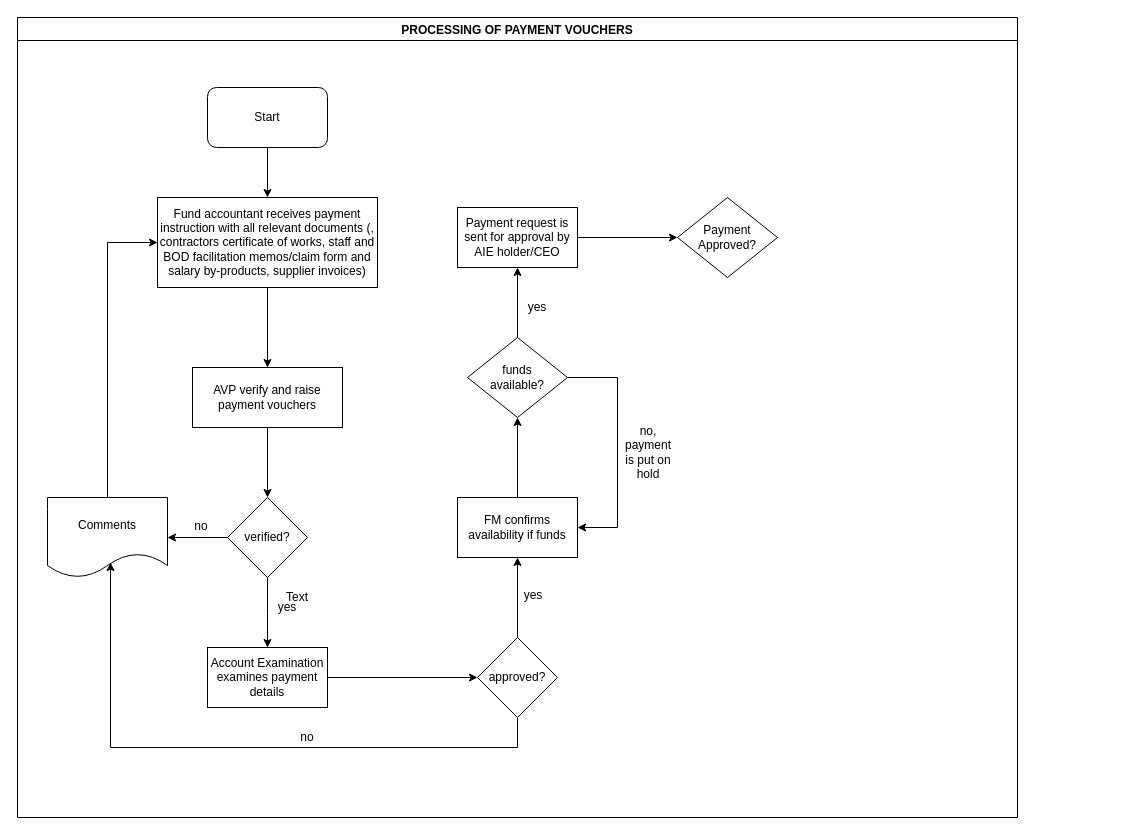
Earlier version of the draw.io diagram TPF - fin - PROCESSING OF PAYMENT VOUCHERS.drawio (kmagua/flowcharts). Source tidied: cells renumbered, new cells numbered last; positions are measured from the earlier drawing's top-left corner, leaving out a move shared by most shapes. Both pictures are drawn from the tidied source at 100%, with x=0, y=0 at pixel (17, 17).
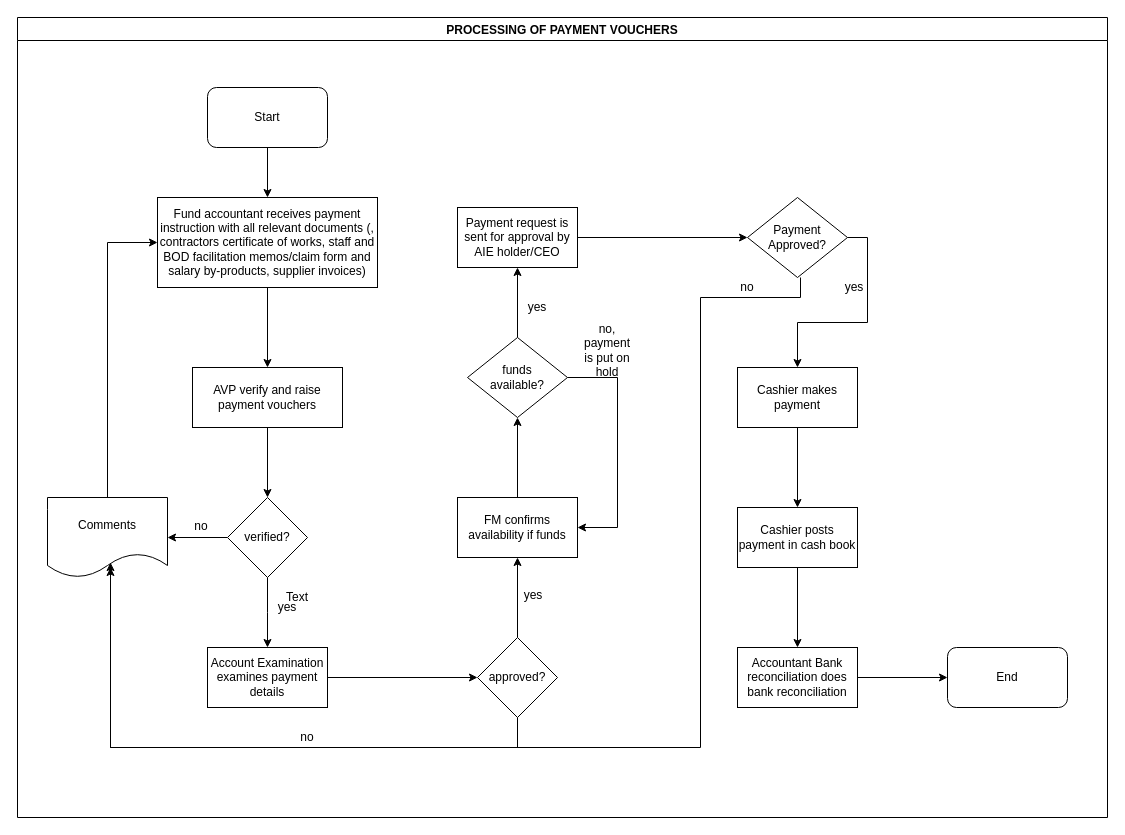
The same page after the edit.

Unchanged cells that the change refers to:
```xml
<mxCell id="16" value="Payment request is sent for approval by AIE holder/CEO" style="whiteSpace=wrap;html=1;rounded=0;" parent="2" vertex="1">
  <mxGeometry x="440" y="190" width="120" height="60" as="geometry" />
</mxCell>
```

Diff of the diagram source:
```diff
@@
     <mxCell id="2" value="PROCESSING OF PAYMENT VOUCHERS" style="swimlane;" parent="1" vertex="1">
-      <mxGeometry width="1000" height="800" as="geometry" />
+      <mxGeometry width="1090" height="800" as="geometry" />
     </mxCell>
@@
     <mxCell id="19" value="no, payment is put on hold" style="text;html=1;strokeColor=none;fillColor=none;align=center;verticalAlign=middle;whiteSpace=wrap;rounded=0;" parent="2" vertex="1">
-      <mxGeometry x="601" y="400" width="60" height="70" as="geometry" />
+      <mxGeometry x="560" y="298" width="60" height="70" as="geometry" />
     </mxCell>
+    <mxCell id="31" value="Payment Approved?" style="rhombus;whiteSpace=wrap;html=1;rounded=0;" parent="2" vertex="1">
+      <mxGeometry x="730" y="180" width="100" height="80" as="geometry" />
+    </mxCell>
+    <mxCell id="32" style="edgeStyle=orthogonalEdgeStyle;rounded=0;jettySize=auto;html=1;" parent="2" edge="1" source="16" target="31">
+      <mxGeometry relative="1" as="geometry" />
+    </mxCell>
+    <mxCell id="34" value="Cashier makes payment" style="rounded=0;whiteSpace=wrap;html=1;" parent="2" vertex="1">
+      <mxGeometry x="720" y="350" width="120" height="60" as="geometry" />
+    </mxCell>
+    <mxCell id="35" style="edgeStyle=orthogonalEdgeStyle;rounded=0;jettySize=auto;html=1;exitX=1;exitY=0.5;exitDx=0;exitDy=0;" parent="2" edge="1" source="31" target="34">
+      <mxGeometry relative="1" as="geometry" />
+    </mxCell>
+    <mxCell id="36" value="End" style="rounded=1;whiteSpace=wrap;html=1;" parent="2" vertex="1">
+      <mxGeometry x="930" y="630" width="120" height="60" as="geometry" />
+    </mxCell>
+    <mxCell id="37" value="yes" style="text;html=1;strokeColor=none;fillColor=none;align=center;verticalAlign=middle;whiteSpace=wrap;rounded=0;" parent="2" vertex="1">
+      <mxGeometry x="817" y="260" width="40" height="20" as="geometry" />
+    </mxCell>
+    <mxCell id="38" value="no" style="text;html=1;strokeColor=none;fillColor=none;align=center;verticalAlign=middle;whiteSpace=wrap;rounded=0;" parent="2" vertex="1">
+      <mxGeometry x="710" y="260" width="40" height="20" as="geometry" />
+    </mxCell>
@@
-    <mxCell id="31" value="Payment Approved?" style="rhombus;whiteSpace=wrap;html=1;rounded=0;" parent="1" vertex="1">
-      <mxGeometry x="660" y="180" width="100" height="80" as="geometry" />
-    </mxCell>
-    <mxCell id="32" style="edgeStyle=orthogonalEdgeStyle;rounded=0;jettySize=auto;html=1;" parent="1" edge="1" source="16" target="31">
-      <mxGeometry relative="1" as="geometry" />
-    </mxCell>
@@
+    <mxCell id="39" style="edgeStyle=orthogonalEdgeStyle;rounded=0;jettySize=auto;html=1;" parent="1" edge="1" source="40" target="43">
+      <mxGeometry relative="1" as="geometry" />
+    </mxCell>
+    <mxCell id="40" value="Cashier posts payment in cash book" style="whiteSpace=wrap;html=1;rounded=0;" parent="1" vertex="1">
+      <mxGeometry x="720" y="490" width="120" height="60" as="geometry" />
+    </mxCell>
+    <mxCell id="41" style="edgeStyle=orthogonalEdgeStyle;rounded=0;jettySize=auto;html=1;" parent="1" edge="1" source="34" target="40">
+      <mxGeometry relative="1" as="geometry" />
+    </mxCell>
+    <mxCell id="42" style="edgeStyle=orthogonalEdgeStyle;rounded=0;jettySize=auto;html=1;" parent="1" edge="1" source="43" target="36">
+      <mxGeometry relative="1" as="geometry" />
+    </mxCell>
+    <mxCell id="43" value="&lt;span lang=&quot;EN-GB&quot;&gt;Accountant Bank reconciliation does bank reconciliation&lt;/span&gt;" style="whiteSpace=wrap;html=1;rounded=0;" parent="1" vertex="1">
+      <mxGeometry x="720" y="630" width="120" height="60" as="geometry" />
+    </mxCell>
+    <mxCell id="44" style="edgeStyle=orthogonalEdgeStyle;rounded=0;orthogonalLoop=1;jettySize=auto;html=1;" parent="1" edge="1">
+      <mxGeometry relative="1" as="geometry">
+        <mxPoint x="783" y="260" as="sourcePoint" />
+        <mxPoint x="93" y="550" as="targetPoint" />
+        <Array as="points">
+          <mxPoint x="783" y="280" />
+          <mxPoint x="683" y="280" />
+          <mxPoint x="683" y="730" />
+          <mxPoint x="93" y="730" />
+        </Array>
+      </mxGeometry>
+    </mxCell>
```
